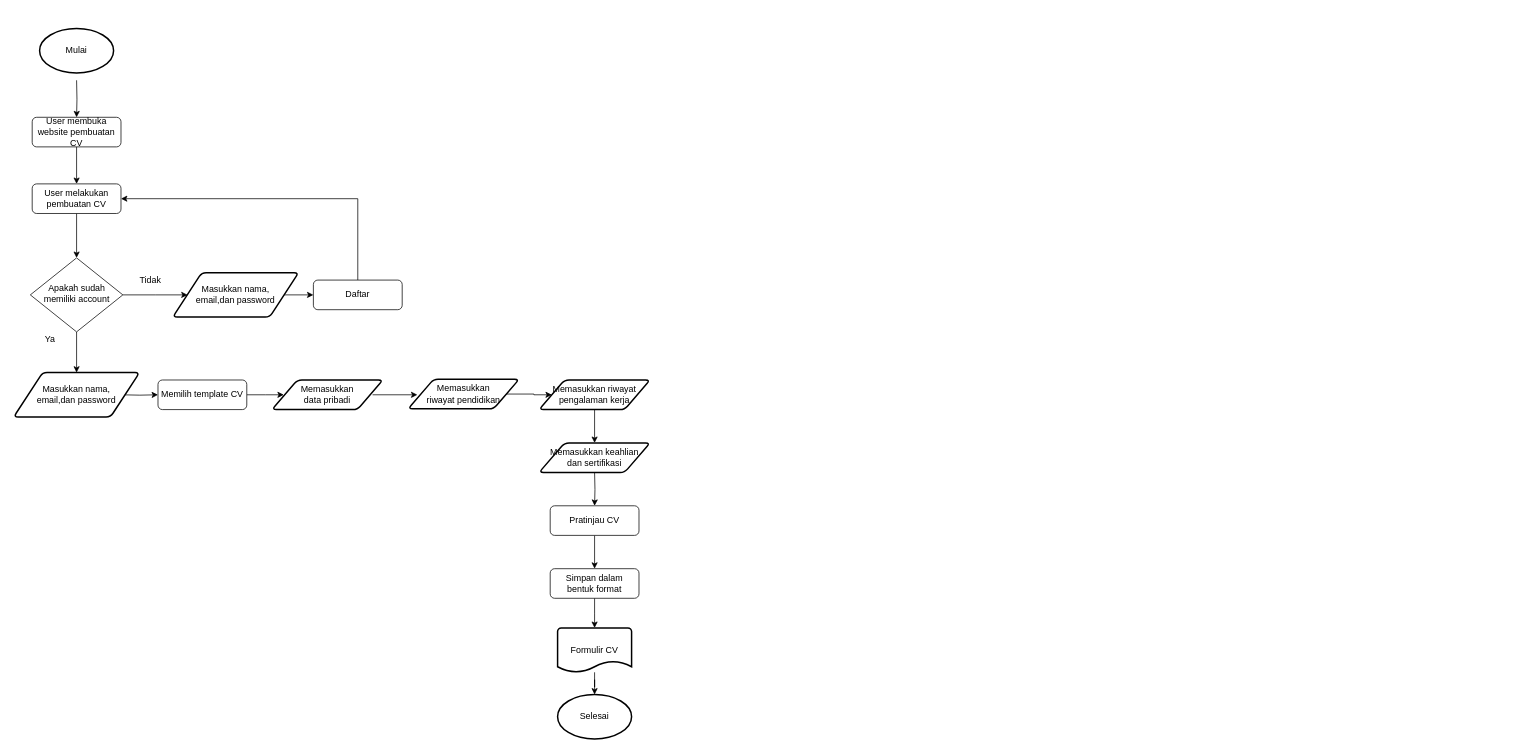
The draw.io diagram assets/Diagram/Flowchart AmplopKu.drawio in fdhliakbar/amplopku, before the edit. Source tidied: cells renumbered, new cells numbered last; positions are measured from the earlier drawing's top-left corner, leaving out a move shared by most shapes. Both pictures are drawn from the tidied source at 74%, with x=0, y=0 at pixel (13, 28).
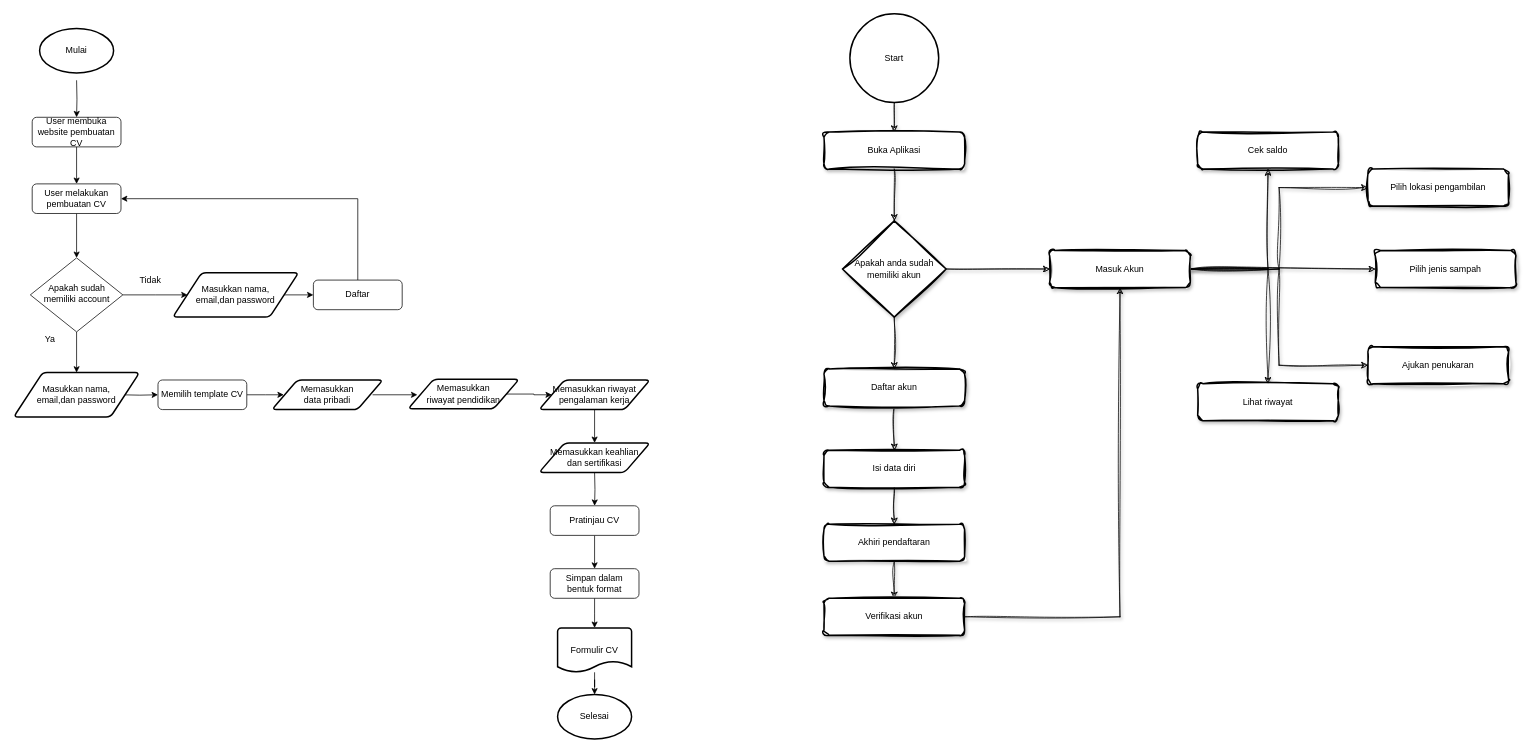
After the change.

The edit, as a diff of the source:
```diff
@@
+    <mxCell id="36" style="edgeStyle=orthogonalEdgeStyle;rounded=0;jettySize=auto;html=1;entryX=0.5;entryY=0;entryDx=0;entryDy=0;sketch=1;curveFitting=1;jiggle=2;shadow=1;" parent="1" edge="1" source="37" target="39">
+      <mxGeometry relative="1" as="geometry" />
+    </mxCell>
+    <mxCell id="37" value="Start" style="strokeWidth=2;html=1;shape=mxgraph.flowchart.start_2;whiteSpace=wrap;" parent="1" vertex="1">
+      <mxGeometry x="1130" y="-20" width="120" height="120" as="geometry" />
+    </mxCell>
+    <mxCell id="38" style="edgeStyle=orthogonalEdgeStyle;rounded=0;jettySize=auto;html=1;sketch=1;curveFitting=1;jiggle=2;shadow=1;" parent="1" edge="1" source="39" target="42">
+      <mxGeometry relative="1" as="geometry" />
+    </mxCell>
+    <mxCell id="39" value="Buka Aplikasi" style="rounded=1;whiteSpace=wrap;html=1;absoluteArcSize=1;arcSize=14;strokeWidth=2;sketch=1;curveFitting=1;jiggle=2;shadow=1;" parent="1" vertex="1">
+      <mxGeometry x="1095" y="140" width="190" height="50" as="geometry" />
+    </mxCell>
+    <mxCell id="40" style="edgeStyle=orthogonalEdgeStyle;rounded=0;jettySize=auto;html=1;entryX=0.5;entryY=0;entryDx=0;entryDy=0;sketch=1;curveFitting=1;jiggle=2;shadow=1;" parent="1" edge="1" source="42" target="44">
+      <mxGeometry relative="1" as="geometry" />
+    </mxCell>
+    <mxCell id="41" style="edgeStyle=orthogonalEdgeStyle;rounded=0;jettySize=auto;html=1;entryX=0;entryY=0.5;entryDx=0;entryDy=0;sketch=1;curveFitting=1;jiggle=2;shadow=1;" parent="1" edge="1" source="42" target="52">
+      <mxGeometry relative="1" as="geometry" />
+    </mxCell>
+    <mxCell id="42" value="Apakah anda sudah memiliki akun" style="strokeWidth=2;html=1;shape=mxgraph.flowchart.decision;whiteSpace=wrap;sketch=1;curveFitting=1;jiggle=2;shadow=1;" parent="1" vertex="1">
+      <mxGeometry x="1120" y="260" width="140" height="130" as="geometry" />
+    </mxCell>
+    <mxCell id="43" style="edgeStyle=orthogonalEdgeStyle;rounded=0;jettySize=auto;html=1;entryX=0.5;entryY=0;entryDx=0;entryDy=0;sketch=1;curveFitting=1;jiggle=2;shadow=1;" parent="1" edge="1" source="44" target="46">
+      <mxGeometry relative="1" as="geometry" />
+    </mxCell>
+    <mxCell id="44" value="Daftar akun" style="rounded=1;whiteSpace=wrap;html=1;absoluteArcSize=1;arcSize=14;strokeWidth=2;sketch=1;curveFitting=1;jiggle=2;shadow=1;" parent="1" vertex="1">
+      <mxGeometry x="1095" y="460" width="190" height="50" as="geometry" />
+    </mxCell>
+    <mxCell id="45" style="edgeStyle=orthogonalEdgeStyle;rounded=0;jettySize=auto;html=1;entryX=0.5;entryY=0;entryDx=0;entryDy=0;sketch=1;curveFitting=1;jiggle=2;shadow=1;" parent="1" edge="1" source="46" target="59">
+      <mxGeometry relative="1" as="geometry" />
+    </mxCell>
+    <mxCell id="46" value="Isi data diri" style="rounded=1;whiteSpace=wrap;html=1;absoluteArcSize=1;arcSize=14;strokeWidth=2;sketch=1;curveFitting=1;jiggle=2;shadow=1;" parent="1" vertex="1">
+      <mxGeometry x="1095" y="570" width="190" height="50" as="geometry" />
+    </mxCell>
+    <mxCell id="47" style="edgeStyle=orthogonalEdgeStyle;rounded=0;jettySize=auto;html=1;entryX=0.5;entryY=1;entryDx=0;entryDy=0;sketch=1;curveFitting=1;jiggle=2;shadow=1;" parent="1" edge="1" source="52" target="54">
+      <mxGeometry relative="1" as="geometry" />
+    </mxCell>
+    <mxCell id="48" style="edgeStyle=orthogonalEdgeStyle;rounded=0;jettySize=auto;html=1;sketch=1;curveFitting=1;jiggle=2;shadow=1;" parent="1" edge="1" source="52" target="55">
+      <mxGeometry relative="1" as="geometry" />
+    </mxCell>
+    <mxCell id="49" style="edgeStyle=orthogonalEdgeStyle;rounded=0;jettySize=auto;html=1;entryX=0;entryY=0.5;entryDx=0;entryDy=0;sketch=1;curveFitting=1;jiggle=2;shadow=1;" parent="1" edge="1" source="52" target="53">
+      <mxGeometry relative="1" as="geometry" />
+    </mxCell>
+    <mxCell id="50" style="edgeStyle=orthogonalEdgeStyle;rounded=0;jettySize=auto;html=1;sketch=1;curveFitting=1;jiggle=2;shadow=1;" parent="1" edge="1" source="52" target="57">
+      <mxGeometry relative="1" as="geometry" />
+    </mxCell>
+    <mxCell id="51" style="edgeStyle=orthogonalEdgeStyle;rounded=0;jettySize=auto;html=1;entryX=0;entryY=0.5;entryDx=0;entryDy=0;sketch=1;curveFitting=1;jiggle=2;shadow=1;" parent="1" edge="1" source="52" target="56">
+      <mxGeometry relative="1" as="geometry" />
+    </mxCell>
+    <mxCell id="52" value="Masuk Akun" style="rounded=1;whiteSpace=wrap;html=1;absoluteArcSize=1;arcSize=14;strokeWidth=2;sketch=1;curveFitting=1;jiggle=2;shadow=1;" parent="1" vertex="1">
+      <mxGeometry x="1400" y="300" width="190" height="50" as="geometry" />
+    </mxCell>
+    <mxCell id="53" value="Pilih lokasi pengambilan" style="rounded=1;whiteSpace=wrap;html=1;absoluteArcSize=1;arcSize=14;strokeWidth=2;sketch=1;curveFitting=1;jiggle=2;shadow=1;" parent="1" vertex="1">
+      <mxGeometry x="1830" y="190" width="190" height="50" as="geometry" />
+    </mxCell>
+    <mxCell id="54" value="Cek saldo" style="rounded=1;whiteSpace=wrap;html=1;absoluteArcSize=1;arcSize=14;strokeWidth=2;sketch=1;curveFitting=1;jiggle=2;shadow=1;" parent="1" vertex="1">
+      <mxGeometry x="1600" y="140" width="190" height="50" as="geometry" />
+    </mxCell>
+    <mxCell id="55" value="Pilih jenis sampah" style="rounded=1;whiteSpace=wrap;html=1;absoluteArcSize=1;arcSize=14;strokeWidth=2;sketch=1;curveFitting=1;jiggle=2;shadow=1;" parent="1" vertex="1">
+      <mxGeometry x="1840" y="300" width="190" height="50" as="geometry" />
+    </mxCell>
+    <mxCell id="56" value="Ajukan penukaran" style="rounded=1;whiteSpace=wrap;html=1;absoluteArcSize=1;arcSize=14;strokeWidth=2;sketch=1;curveFitting=1;jiggle=2;shadow=1;" parent="1" vertex="1">
+      <mxGeometry x="1830" y="430" width="190" height="50" as="geometry" />
+    </mxCell>
+    <mxCell id="57" value="Lihat riwayat" style="rounded=1;whiteSpace=wrap;html=1;absoluteArcSize=1;arcSize=14;strokeWidth=2;sketch=1;curveFitting=1;jiggle=2;shadow=1;" parent="1" vertex="1">
+      <mxGeometry x="1600" y="480" width="190" height="50" as="geometry" />
+    </mxCell>
+    <mxCell id="58" style="edgeStyle=orthogonalEdgeStyle;rounded=0;jettySize=auto;html=1;sketch=1;curveFitting=1;jiggle=2;shadow=1;" parent="1" edge="1" source="59" target="61">
+      <mxGeometry relative="1" as="geometry" />
+    </mxCell>
+    <mxCell id="59" value="Akhiri pendaftaran" style="rounded=1;whiteSpace=wrap;html=1;absoluteArcSize=1;arcSize=14;strokeWidth=2;sketch=1;curveFitting=1;jiggle=2;shadow=1;" parent="1" vertex="1">
+      <mxGeometry x="1095" y="670" width="190" height="50" as="geometry" />
+    </mxCell>
+    <mxCell id="60" style="edgeStyle=orthogonalEdgeStyle;rounded=0;jettySize=auto;html=1;entryX=0.5;entryY=1;entryDx=0;entryDy=0;sketch=1;curveFitting=1;jiggle=2;shadow=1;" parent="1" edge="1" source="61" target="52">
+      <mxGeometry relative="1" as="geometry" />
+    </mxCell>
+    <mxCell id="61" value="Verifikasi akun" style="rounded=1;whiteSpace=wrap;html=1;absoluteArcSize=1;arcSize=14;strokeWidth=2;sketch=1;curveFitting=1;jiggle=2;shadow=1;" parent="1" vertex="1">
+      <mxGeometry x="1095" y="770" width="190" height="50" as="geometry" />
+    </mxCell>
```
